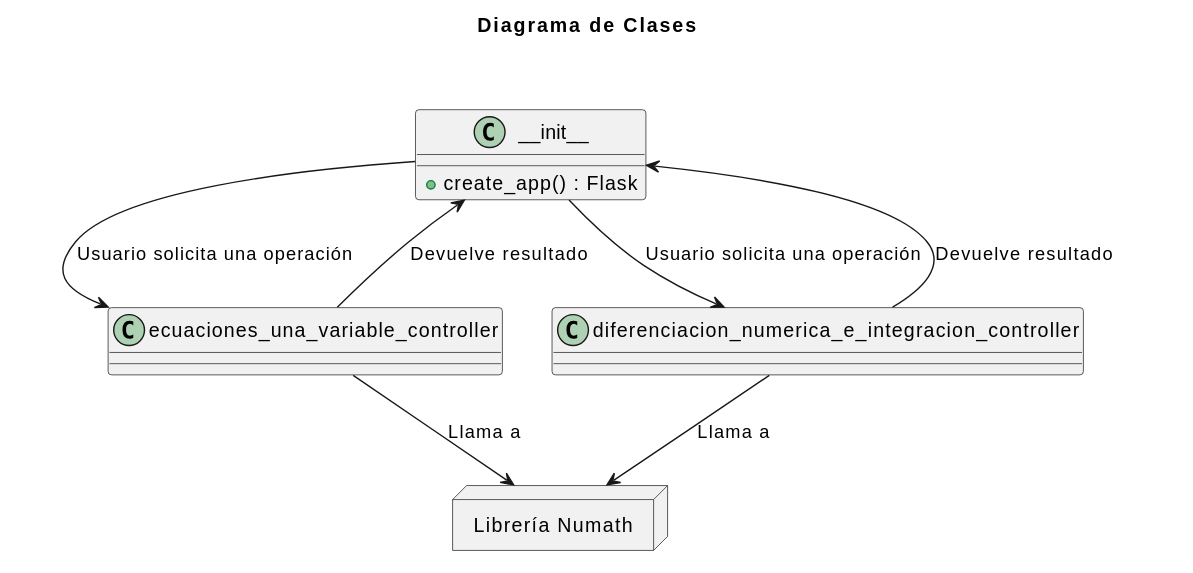
Before: imágenes/modelosUML/diagramaClases.svg, a diagram exported from PlantUML (rodri5villa/numath-API).
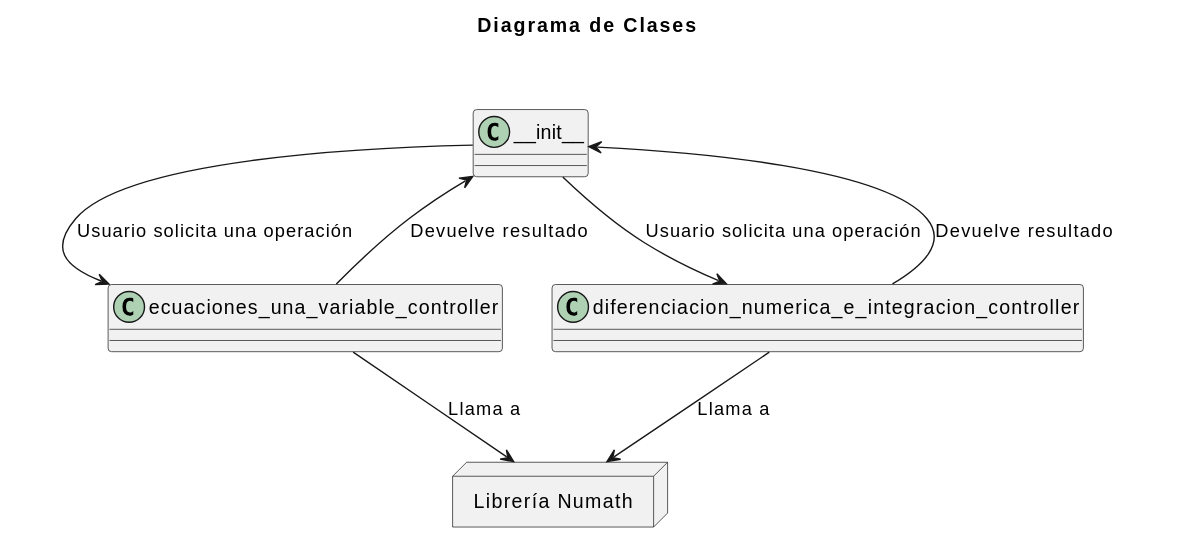
Later version of the same file.

Change to the diagram source:
```diff
@@ -6,7 +6,6 @@
 
 package " " {
   class __init__ {
-    +create_app() : Flask
   }
 
   class ecuaciones_una_variable_controller {
```
